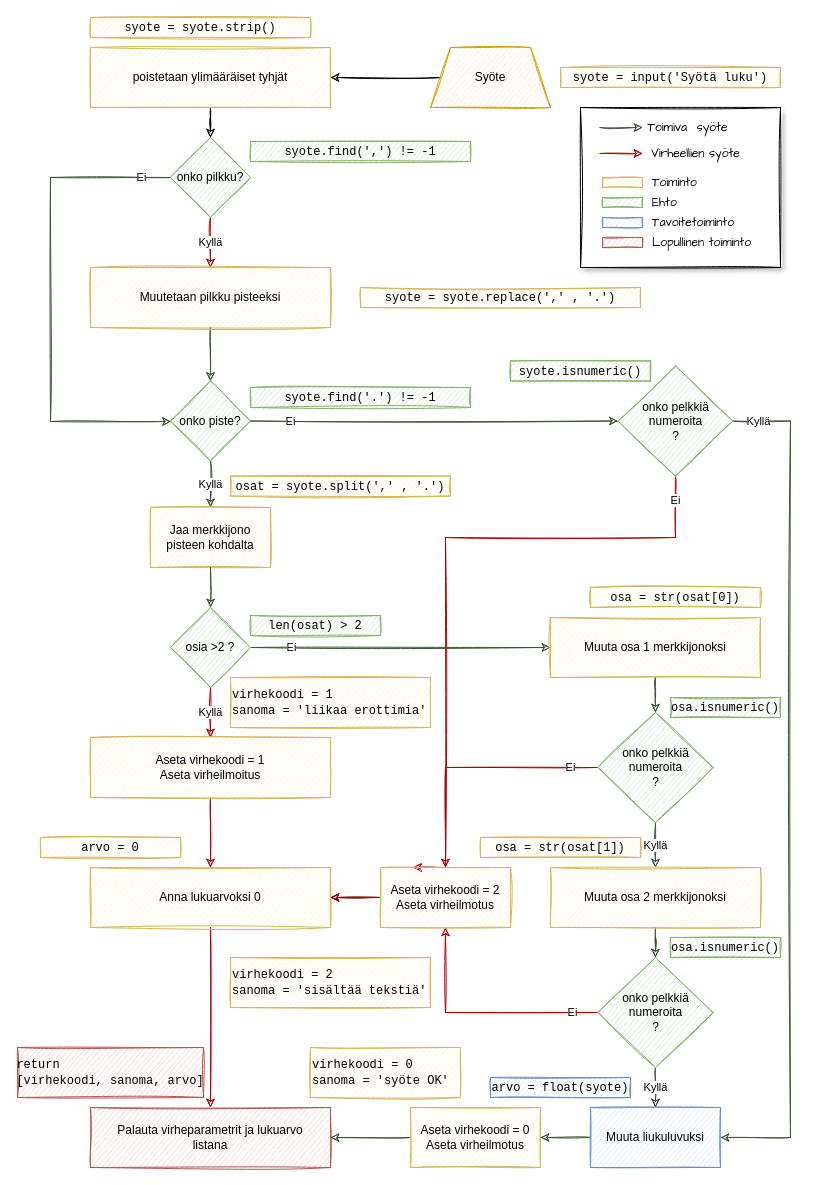
The draw.io diagram docs/Drawings/SanityVuokaavio1.drawio in TomasJouhilampi/Painonhallinta, before the edit. Source tidied: cells renumbered, new cells numbered last; positions are measured from the earlier drawing's top-left corner, leaving out a move shared by most shapes. Both pictures are drawn from the tidied source at 100%, with x=0, y=0 at pixel (17, 17).
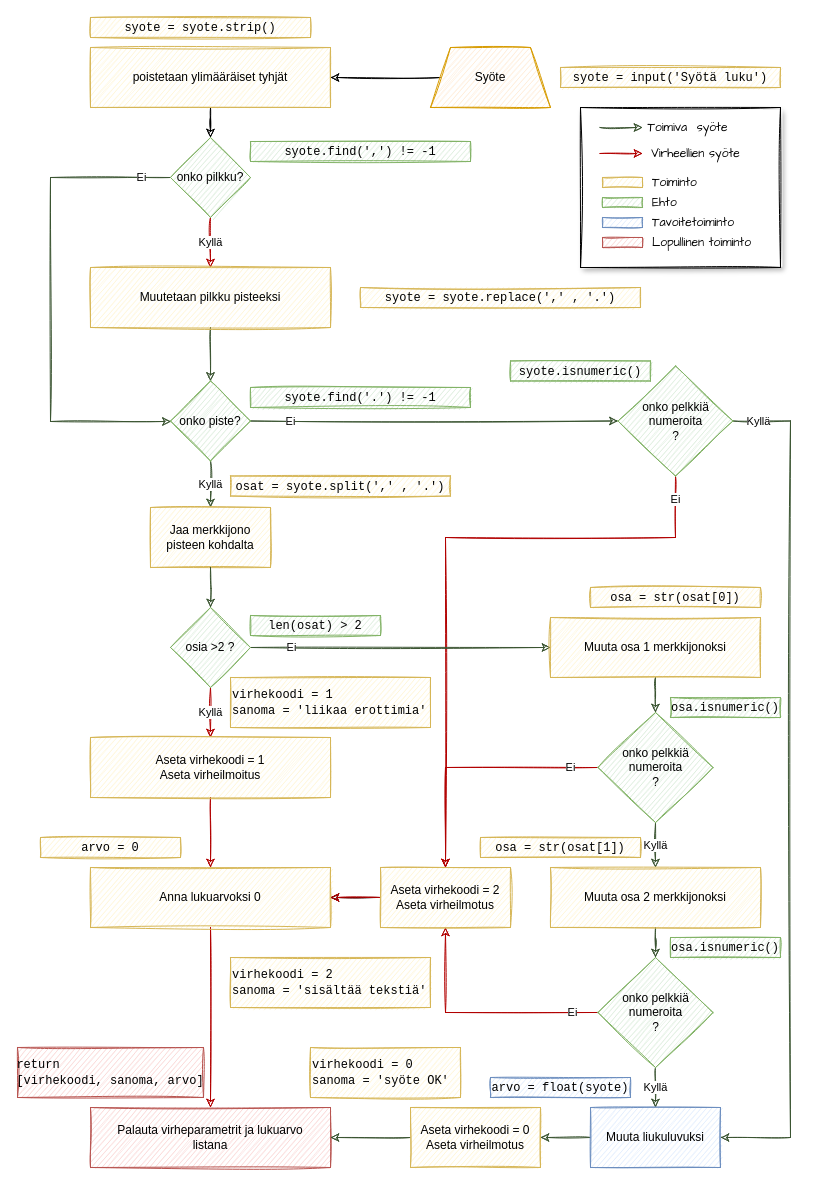
After the change.

Commit message (it also covers changes not shown here):
korjattu nuolia toisestakin kuvasta

Unchanged cells that the change refers to:
```xml
<mxCell id="38" value="Aseta virhekoodi = 2&lt;br&gt;Aseta virheilmotus" style="rounded=0;whiteSpace=wrap;html=1;sketch=1;fillColor=#fff2cc;strokeColor=#d6b656;" parent="1" vertex="1">
  <mxGeometry x="363" y="850" width="130" height="60" as="geometry" />
</mxCell>
<mxCell id="60" value="onko pelkkiä numeroita&lt;br&gt;?" style="rhombus;whiteSpace=wrap;html=1;sketch=1;fillColor=#d5e8d4;strokeColor=#82b366;" parent="1" vertex="1">
  <mxGeometry x="600.5" y="348.5" width="115" height="110" as="geometry" />
</mxCell>
```

What changed in the source:
```diff
@@
-    <mxCell id="2" value="Ei" style="edgeStyle=orthogonalEdgeStyle;rounded=0;sketch=1;jettySize=auto;html=1;entryX=0.25;entryY=0;entryDx=0;entryDy=0;fillColor=#e51400;strokeColor=#B20000;" parent="1" edge="1" source="60" target="38">
+    <mxCell id="2" value="Ei" style="edgeStyle=orthogonalEdgeStyle;rounded=0;sketch=1;jettySize=auto;html=1;entryX=0.5;entryY=0;entryDx=0;entryDy=0;fillColor=#e51400;strokeColor=#B20000;" parent="1" edge="1" source="60" target="38">
       <mxGeometry x="-0.93" relative="1" as="geometry">
         <Array as="points">
           <mxPoint x="658" y="520" />
           <mxPoint x="428" y="520" />
-          <mxPoint x="428" y="850" />
         </Array>
         <mxPoint y="1" as="offset" />
       </mxGeometry>
     </mxCell>
```
